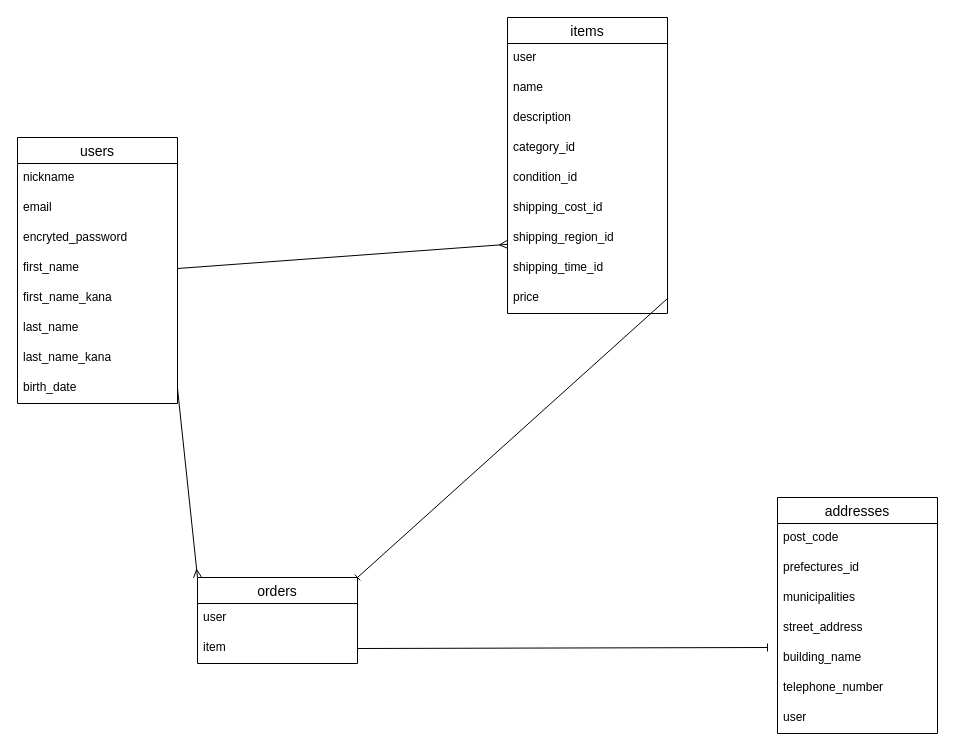
Earlier version of the draw.io diagram furima.dio (ponyo728/furima-42438). Source tidied: cells renumbered, new cells numbered last; positions are measured from the earlier drawing's top-left corner, leaving out a move shared by most shapes. Both pictures are drawn from the tidied source at 100%, with x=0, y=0 at pixel (17, 17).
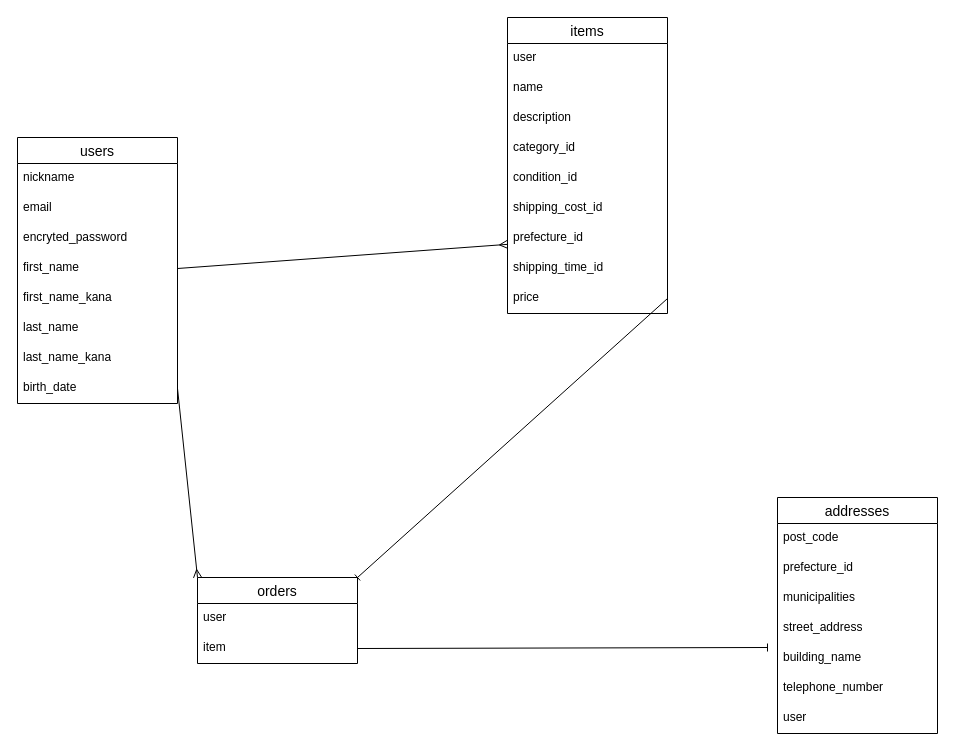
Above is the later version.

The change refers to these unchanged cells:
```xml
<mxCell id="11" value="items" style="swimlane;fontStyle=0;horizontal=1;startSize=26;align=center;fontSize=14;" parent="1" vertex="1">
  <mxGeometry x="490" width="160" height="296" as="geometry" />
</mxCell>
<mxCell id="24" value="addresses" style="swimlane;fontStyle=0;horizontal=1;startSize=26;align=center;fontSize=14;" parent="1" vertex="1">
  <mxGeometry x="760" y="480" width="160" height="236" as="geometry" />
</mxCell>
```

What changed in the source:
```diff
@@
-    <mxCell id="18" value="shipping_region_id" style="text;strokeColor=none;fillColor=none;spacingLeft=4;spacingRight=4;overflow=hidden;points=[[0,0.5],[1,0.5]];portConstraint=eastwest;fontSize=12;whiteSpace=wrap;html=1;" parent="11" vertex="1">
+    <mxCell id="18" value="prefecture_id" style="text;strokeColor=none;fillColor=none;spacingLeft=4;spacingRight=4;overflow=hidden;points=[[0,0.5],[1,0.5]];portConstraint=eastwest;fontSize=12;whiteSpace=wrap;html=1;" parent="11" vertex="1">
       <mxGeometry y="206" width="160" height="30" as="geometry" />
     </mxCell>
@@
-    <mxCell id="26" value="prefectures_id" style="text;strokeColor=none;fillColor=none;spacingLeft=4;spacingRight=4;overflow=hidden;fontSize=12;whiteSpace=wrap;html=1;" parent="24" vertex="1">
+    <mxCell id="26" value="prefecture_id" style="text;strokeColor=none;fillColor=none;spacingLeft=4;spacingRight=4;overflow=hidden;fontSize=12;whiteSpace=wrap;html=1;" parent="24" vertex="1">
       <mxGeometry y="56" width="160" height="30" as="geometry" />
     </mxCell>
```
